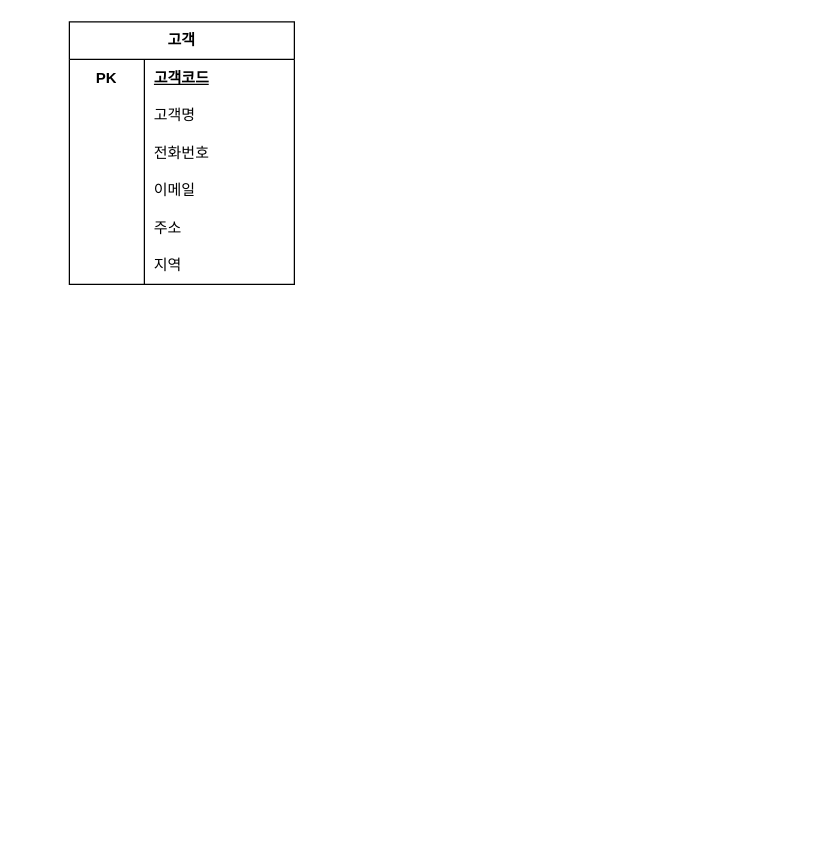
Earlier version of the draw.io diagram page "페이지-2" (2 of 2) of 온라인상거래.drawio (MANDOJU1/oracle-sources). Source tidied: cells renumbered, new cells numbered last; positions are measured from the earlier drawing's top-left corner, leaving out a move shared by most shapes. Both pictures are drawn from the tidied source at 125%, with x=0, y=0 at pixel (69, 21).
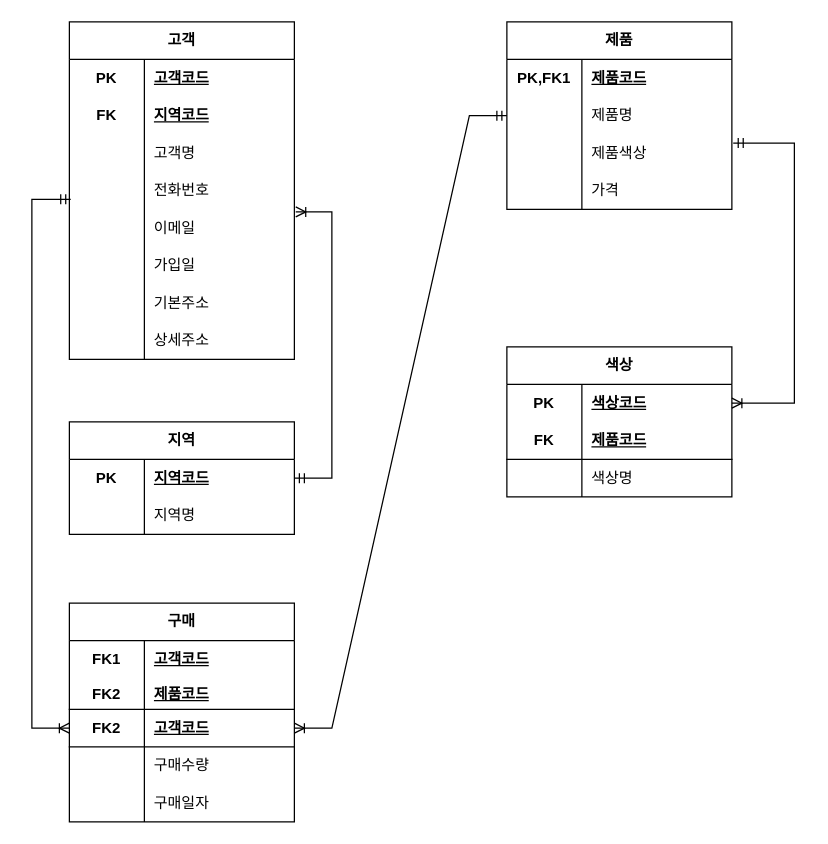
The same diagram, later.

The edit, as a diff of the source:
```diff
@@
     <mxCell id="2" value="고객" style="shape=table;startSize=30;childLayout=tableLayout;rowLines=0;fontStyle=1;align=center;html=1;whiteSpace=wrap;" parent="1" vertex="1">
-      <mxGeometry width="180" height="210" as="geometry" />
+      <mxGeometry width="180" height="270" as="geometry" />
     </mxCell>
@@
+    <mxCell id="21" style="shape=tableRow;horizontal=0;startSize=0;swimlaneHead=0;swimlaneBody=0;fillColor=none;top=0;left=0;right=0;bottom=0;html=1;" parent="2" vertex="1">
+      <mxGeometry y="60" width="180" height="30" as="geometry" />
+    </mxCell>
+    <mxCell id="22" value="FK" style="shape=partialRectangle;fillColor=none;top=0;left=0;bottom=0;right=0;fontStyle=1;overflow=hidden;html=1;whiteSpace=wrap;" parent="21" vertex="1">
+      <mxGeometry width="60" height="30" as="geometry" />
+    </mxCell>
+    <mxCell id="23" value="지역코드" style="shape=partialRectangle;fillColor=none;top=0;left=0;bottom=0;right=0;align=left;spacingLeft=6;fontStyle=5;overflow=hidden;html=1;whiteSpace=wrap;" parent="21" vertex="1">
+      <mxGeometry x="60" width="120" height="30" as="geometry" />
+    </mxCell>
     <mxCell id="6" style="shape=tableRow;horizontal=0;startSize=0;swimlaneHead=0;swimlaneBody=0;fillColor=none;top=0;left=0;right=0;bottom=0;html=1;" parent="2" vertex="1">
-      <mxGeometry y="60" width="180" height="30" as="geometry" />
+      <mxGeometry y="90" width="180" height="30" as="geometry" />
     </mxCell>
@@
     <mxCell id="9" style="shape=tableRow;horizontal=0;startSize=0;swimlaneHead=0;swimlaneBody=0;fillColor=none;points=[[0,0.5],[1,0.5]];portConstraint=eastwest;top=0;left=0;right=0;bottom=0;html=1;" parent="2" vertex="1">
-      <mxGeometry y="90" width="180" height="30" as="geometry" />
+      <mxGeometry y="120" width="180" height="30" as="geometry" />
     </mxCell>
@@
     <mxCell id="12" style="shape=tableRow;horizontal=0;startSize=0;swimlaneHead=0;swimlaneBody=0;fillColor=none;points=[[0,0.5],[1,0.5]];portConstraint=eastwest;top=0;left=0;right=0;bottom=0;html=1;" parent="2" vertex="1">
-      <mxGeometry y="120" width="180" height="30" as="geometry" />
+      <mxGeometry y="150" width="180" height="30" as="geometry" />
     </mxCell>
@@
     <mxCell id="15" style="shape=tableRow;horizontal=0;startSize=0;swimlaneHead=0;swimlaneBody=0;fillColor=none;top=0;left=0;right=0;bottom=0;html=1;" parent="2" vertex="1">
-      <mxGeometry y="150" width="180" height="30" as="geometry" />
+      <mxGeometry y="180" width="180" height="30" as="geometry" />
     </mxCell>
@@
-    <mxCell id="17" value="주소" style="shape=partialRectangle;fillColor=none;top=0;left=0;bottom=0;right=0;align=left;spacingLeft=6;overflow=hidden;html=1;whiteSpace=wrap;" parent="15" vertex="1">
+    <mxCell id="17" value="가입일" style="shape=partialRectangle;fillColor=none;top=0;left=0;bottom=0;right=0;align=left;spacingLeft=6;overflow=hidden;html=1;whiteSpace=wrap;" parent="15" vertex="1">
       <mxGeometry x="60" width="120" height="30" as="geometry" />
     </mxCell>
-    <mxCell id="18" style="shape=tableRow;horizontal=0;startSize=0;swimlaneHead=0;swimlaneBody=0;fillColor=none;top=0;left=0;right=0;bottom=0;html=1;" parent="2" vertex="1">
-      <mxGeometry y="180" width="180" height="30" as="geometry" />
-    </mxCell>
-    <mxCell id="19" style="shape=partialRectangle;fillColor=none;top=0;left=0;bottom=0;right=0;overflow=hidden;html=1;whiteSpace=wrap;" parent="18" vertex="1">
-      <mxGeometry width="60" height="30" as="geometry" />
-    </mxCell>
+    <mxCell id="24" style="shape=tableRow;horizontal=0;startSize=0;swimlaneHead=0;swimlaneBody=0;fillColor=none;top=0;left=0;right=0;bottom=0;html=1;" parent="2" vertex="1">
+      <mxGeometry y="210" width="180" height="30" as="geometry" />
+    </mxCell>
+    <mxCell id="25" style="shape=partialRectangle;fillColor=none;top=0;left=0;bottom=0;right=0;overflow=hidden;html=1;whiteSpace=wrap;" parent="24" vertex="1">
+      <mxGeometry width="60" height="30" as="geometry" />
+    </mxCell>
+    <mxCell id="26" value="기본주소" style="shape=partialRectangle;fillColor=none;top=0;left=0;bottom=0;right=0;align=left;spacingLeft=6;overflow=hidden;html=1;whiteSpace=wrap;" parent="24" vertex="1">
+      <mxGeometry x="60" width="120" height="30" as="geometry" />
+    </mxCell>
+    <mxCell id="27" style="shape=tableRow;horizontal=0;startSize=0;swimlaneHead=0;swimlaneBody=0;fillColor=none;top=0;left=0;right=0;bottom=0;html=1;" parent="2" vertex="1">
+      <mxGeometry y="240" width="180" height="30" as="geometry" />
+    </mxCell>
+    <mxCell id="28" style="shape=partialRectangle;fillColor=none;top=0;left=0;bottom=0;right=0;overflow=hidden;html=1;whiteSpace=wrap;" parent="27" vertex="1">
+      <mxGeometry width="60" height="30" as="geometry" />
+    </mxCell>
+    <mxCell id="29" value="상세주소" style="shape=partialRectangle;fillColor=none;top=0;left=0;bottom=0;right=0;align=left;spacingLeft=6;overflow=hidden;html=1;whiteSpace=wrap;" parent="27" vertex="1">
+      <mxGeometry x="60" width="120" height="30" as="geometry" />
+    </mxCell>
+    <mxCell id="30" value="제품" style="shape=table;startSize=30;childLayout=tableLayout;rowLines=0;fontStyle=1;align=center;html=1;whiteSpace=wrap;" parent="1" vertex="1">
+      <mxGeometry x="350" width="180" height="150" as="geometry" />
+    </mxCell>
+    <mxCell id="31" style="shape=tableRow;horizontal=0;startSize=0;swimlaneHead=0;swimlaneBody=0;fillColor=none;top=0;left=0;right=0;bottom=0;html=1;" parent="30" vertex="1">
+      <mxGeometry y="30" width="180" height="30" as="geometry" />
+    </mxCell>
+    <mxCell id="32" value="PK,FK1" style="shape=partialRectangle;fillColor=none;top=0;left=0;bottom=0;right=0;fontStyle=1;overflow=hidden;html=1;whiteSpace=wrap;" parent="31" vertex="1">
+      <mxGeometry width="60" height="30" as="geometry" />
+    </mxCell>
+    <mxCell id="33" value="제품코드" style="shape=partialRectangle;fillColor=none;top=0;left=0;bottom=0;right=0;align=left;spacingLeft=6;fontStyle=5;overflow=hidden;html=1;whiteSpace=wrap;" parent="31" vertex="1">
+      <mxGeometry x="60" width="120" height="30" as="geometry" />
+    </mxCell>
+    <mxCell id="34" style="shape=tableRow;horizontal=0;startSize=0;swimlaneHead=0;swimlaneBody=0;fillColor=none;points=[[0,0.5],[1,0.5]];portConstraint=eastwest;top=0;left=0;right=0;bottom=0;html=1;" parent="30" vertex="1">
+      <mxGeometry y="60" width="180" height="30" as="geometry" />
+    </mxCell>
+    <mxCell id="35" style="shape=partialRectangle;fillColor=none;top=0;left=0;bottom=0;right=0;overflow=hidden;html=1;whiteSpace=wrap;" parent="34" vertex="1">
+      <mxGeometry width="60" height="30" as="geometry" />
+    </mxCell>
+    <mxCell id="36" value="제품명" style="shape=partialRectangle;fillColor=none;top=0;left=0;bottom=0;right=0;align=left;spacingLeft=6;overflow=hidden;html=1;whiteSpace=wrap;" parent="34" vertex="1">
+      <mxGeometry x="60" width="120" height="30" as="geometry" />
+    </mxCell>
+    <mxCell id="37" style="shape=tableRow;horizontal=0;startSize=0;swimlaneHead=0;swimlaneBody=0;fillColor=none;points=[[0,0.5],[1,0.5]];portConstraint=eastwest;top=0;left=0;right=0;bottom=0;html=1;" parent="30" vertex="1">
+      <mxGeometry y="90" width="180" height="30" as="geometry" />
+    </mxCell>
+    <mxCell id="38" style="shape=partialRectangle;fillColor=none;top=0;left=0;bottom=0;right=0;overflow=hidden;html=1;whiteSpace=wrap;" parent="37" vertex="1">
+      <mxGeometry width="60" height="30" as="geometry" />
+    </mxCell>
+    <mxCell id="39" value="제품색상" style="shape=partialRectangle;fillColor=none;top=0;left=0;bottom=0;right=0;align=left;spacingLeft=6;overflow=hidden;html=1;whiteSpace=wrap;" parent="37" vertex="1">
+      <mxGeometry x="60" width="120" height="30" as="geometry" />
+    </mxCell>
+    <mxCell id="40" style="shape=tableRow;horizontal=0;startSize=0;swimlaneHead=0;swimlaneBody=0;fillColor=none;top=0;left=0;right=0;bottom=0;html=1;" parent="30" vertex="1">
+      <mxGeometry y="120" width="180" height="30" as="geometry" />
+    </mxCell>
+    <mxCell id="41" style="shape=partialRectangle;fillColor=none;top=0;left=0;bottom=0;right=0;overflow=hidden;html=1;whiteSpace=wrap;" parent="40" vertex="1">
+      <mxGeometry width="60" height="30" as="geometry" />
+    </mxCell>
+    <mxCell id="42" value="가격" style="shape=partialRectangle;fillColor=none;top=0;left=0;bottom=0;right=0;align=left;spacingLeft=6;overflow=hidden;html=1;whiteSpace=wrap;" parent="40" vertex="1">
+      <mxGeometry x="60" width="120" height="30" as="geometry" />
+    </mxCell>
+    <mxCell id="43" value="구매" style="shape=table;startSize=30;childLayout=tableLayout;rowLines=0;fontStyle=1;align=center;html=1;whiteSpace=wrap;" parent="1" vertex="1">
+      <mxGeometry y="465" width="180" height="175" as="geometry" />
+    </mxCell>
+    <mxCell id="44" style="shape=tableRow;horizontal=0;startSize=0;swimlaneHead=0;swimlaneBody=0;fillColor=none;top=0;left=0;right=0;bottom=0;html=1;" parent="43" vertex="1">
+      <mxGeometry y="30" width="180" height="30" as="geometry" />
+    </mxCell>
+    <mxCell id="45" value="FK1" style="shape=partialRectangle;fillColor=none;top=0;left=0;bottom=0;right=0;fontStyle=1;overflow=hidden;html=1;whiteSpace=wrap;" parent="44" vertex="1">
+      <mxGeometry width="60" height="30" as="geometry" />
+    </mxCell>
+    <mxCell id="46" value="고객코드&lt;br&gt;" style="shape=partialRectangle;fillColor=none;top=0;left=0;bottom=0;right=0;align=left;spacingLeft=6;fontStyle=5;overflow=hidden;html=1;whiteSpace=wrap;" parent="44" vertex="1">
+      <mxGeometry x="60" width="120" height="30" as="geometry" />
+    </mxCell>
+    <mxCell id="47" style="shape=tableRow;horizontal=0;startSize=0;swimlaneHead=0;swimlaneBody=0;fillColor=none;top=0;left=0;right=0;bottom=1;html=1;" parent="43" vertex="1">
+      <mxGeometry y="60" width="180" height="25" as="geometry" />
+    </mxCell>
+    <mxCell id="48" value="FK2" style="shape=partialRectangle;fillColor=none;top=0;left=0;bottom=0;right=0;fontStyle=1;overflow=hidden;html=1;whiteSpace=wrap;" parent="47" vertex="1">
+      <mxGeometry width="60" height="25" as="geometry" />
+    </mxCell>
+    <mxCell id="49" value="제품코드" style="shape=partialRectangle;fillColor=none;top=0;left=0;bottom=0;right=0;align=left;spacingLeft=6;fontStyle=5;overflow=hidden;html=1;whiteSpace=wrap;" parent="47" vertex="1">
+      <mxGeometry x="60" width="120" height="25" as="geometry" />
+    </mxCell>
+    <mxCell id="50" style="shape=tableRow;horizontal=0;startSize=0;swimlaneHead=0;swimlaneBody=0;fillColor=none;points=[[0,0.5],[1,0.5]];portConstraint=eastwest;top=0;left=0;right=0;bottom=1;html=1;" parent="43" vertex="1">
+      <mxGeometry y="85" width="180" height="30" as="geometry" />
+    </mxCell>
+    <mxCell id="51" value="FK2" style="shape=partialRectangle;fillColor=none;top=0;left=0;bottom=0;right=0;fontStyle=1;overflow=hidden;html=1;whiteSpace=wrap;" parent="50" vertex="1">
+      <mxGeometry width="60" height="30" as="geometry" />
+    </mxCell>
+    <mxCell id="52" value="고객코드" style="shape=partialRectangle;fillColor=none;top=0;left=0;bottom=0;right=0;align=left;spacingLeft=6;fontStyle=5;overflow=hidden;html=1;whiteSpace=wrap;" parent="50" vertex="1">
+      <mxGeometry x="60" width="120" height="30" as="geometry" />
+    </mxCell>
+    <mxCell id="53" style="shape=tableRow;horizontal=0;startSize=0;swimlaneHead=0;swimlaneBody=0;fillColor=none;top=0;left=0;right=0;bottom=0;html=1;" parent="43" vertex="1">
+      <mxGeometry y="115" width="180" height="30" as="geometry" />
+    </mxCell>
+    <mxCell id="54" style="shape=partialRectangle;fillColor=none;top=0;left=0;bottom=0;right=0;overflow=hidden;html=1;whiteSpace=wrap;" parent="53" vertex="1">
+      <mxGeometry width="60" height="30" as="geometry" />
+    </mxCell>
+    <mxCell id="55" value="구매수량" style="shape=partialRectangle;fillColor=none;top=0;left=0;bottom=0;right=0;align=left;spacingLeft=6;overflow=hidden;html=1;whiteSpace=wrap;" parent="53" vertex="1">
+      <mxGeometry x="60" width="120" height="30" as="geometry" />
+    </mxCell>
+    <mxCell id="56" style="shape=tableRow;horizontal=0;startSize=0;swimlaneHead=0;swimlaneBody=0;fillColor=none;top=0;left=0;right=0;bottom=0;html=1;" parent="43" vertex="1">
+      <mxGeometry y="145" width="180" height="30" as="geometry" />
+    </mxCell>
+    <mxCell id="57" style="shape=partialRectangle;fillColor=none;top=0;left=0;bottom=0;right=0;overflow=hidden;html=1;whiteSpace=wrap;" parent="56" vertex="1">
+      <mxGeometry width="60" height="30" as="geometry" />
+    </mxCell>
+    <mxCell id="58" value="구매일자" style="shape=partialRectangle;fillColor=none;top=0;left=0;bottom=0;right=0;align=left;spacingLeft=6;overflow=hidden;html=1;whiteSpace=wrap;" parent="56" vertex="1">
+      <mxGeometry x="60" width="120" height="30" as="geometry" />
+    </mxCell>
-    <mxCell id="20" value="지역" style="shape=partialRectangle;fillColor=none;top=0;left=0;bottom=0;right=0;align=left;spacingLeft=6;overflow=hidden;html=1;whiteSpace=wrap;" parent="18" vertex="1">
-      <mxGeometry x="60" width="120" height="30" as="geometry" />
+    <mxCell id="20" value="지역" style="shape=table;startSize=30;childLayout=tableLayout;rowLines=0;fontStyle=1;align=center;html=1;whiteSpace=wrap;" parent="1" vertex="1">
+      <mxGeometry y="320" width="180" height="90" as="geometry" />
     </mxCell>
+    <mxCell id="59" style="shape=tableRow;horizontal=0;startSize=0;swimlaneHead=0;swimlaneBody=0;fillColor=none;points=[[0,0.5],[1,0.5]];portConstraint=eastwest;top=0;left=0;right=0;bottom=0;html=1;" parent="20" vertex="1">
+      <mxGeometry y="30" width="180" height="30" as="geometry" />
+    </mxCell>
+    <mxCell id="60" value="PK" style="shape=partialRectangle;fillColor=none;top=0;left=0;bottom=0;right=0;fontStyle=1;overflow=hidden;html=1;whiteSpace=wrap;" parent="59" vertex="1">
+      <mxGeometry width="60" height="30" as="geometry" />
+    </mxCell>
+    <mxCell id="61" value="지역코드" style="shape=partialRectangle;fillColor=none;top=0;left=0;bottom=0;right=0;align=left;spacingLeft=6;fontStyle=5;overflow=hidden;html=1;whiteSpace=wrap;" parent="59" vertex="1">
+      <mxGeometry x="60" width="120" height="30" as="geometry" />
+    </mxCell>
+    <mxCell id="62" style="shape=tableRow;horizontal=0;startSize=0;swimlaneHead=0;swimlaneBody=0;fillColor=none;top=0;left=0;right=0;bottom=0;html=1;" parent="20" vertex="1">
+      <mxGeometry y="60" width="180" height="30" as="geometry" />
+    </mxCell>
+    <mxCell id="63" style="shape=partialRectangle;fillColor=none;top=0;left=0;bottom=0;right=0;overflow=hidden;html=1;whiteSpace=wrap;" parent="62" vertex="1">
+      <mxGeometry width="60" height="30" as="geometry" />
+    </mxCell>
+    <mxCell id="64" value="지역명" style="shape=partialRectangle;fillColor=none;top=0;left=0;bottom=0;right=0;align=left;spacingLeft=6;overflow=hidden;html=1;whiteSpace=wrap;" parent="62" vertex="1">
+      <mxGeometry x="60" width="120" height="30" as="geometry" />
+    </mxCell>
+    <mxCell id="65" value="색상" style="shape=table;startSize=30;childLayout=tableLayout;rowLines=0;fontStyle=1;align=center;html=1;whiteSpace=wrap;" parent="1" vertex="1">
+      <mxGeometry x="350" y="260" width="180" height="120" as="geometry" />
+    </mxCell>
+    <mxCell id="66" style="shape=tableRow;horizontal=0;startSize=0;swimlaneHead=0;swimlaneBody=0;fillColor=none;points=[[0,0.5],[1,0.5]];portConstraint=eastwest;top=0;left=0;right=0;bottom=0;html=1;" parent="65" vertex="1">
+      <mxGeometry y="30" width="180" height="30" as="geometry" />
+    </mxCell>
+    <mxCell id="67" value="PK" style="shape=partialRectangle;fillColor=none;top=0;left=0;bottom=0;right=0;fontStyle=1;overflow=hidden;html=1;whiteSpace=wrap;" parent="66" vertex="1">
+      <mxGeometry width="60" height="30" as="geometry" />
+    </mxCell>
+    <mxCell id="68" value="색상코드" style="shape=partialRectangle;fillColor=none;top=0;left=0;bottom=0;right=0;align=left;spacingLeft=6;fontStyle=5;overflow=hidden;html=1;whiteSpace=wrap;" parent="66" vertex="1">
+      <mxGeometry x="60" width="120" height="30" as="geometry" />
+    </mxCell>
+    <mxCell id="69" style="shape=tableRow;horizontal=0;startSize=0;swimlaneHead=0;swimlaneBody=0;fillColor=none;top=0;left=0;right=0;bottom=1;html=1;" parent="65" vertex="1">
+      <mxGeometry y="60" width="180" height="30" as="geometry" />
+    </mxCell>
+    <mxCell id="70" value="FK" style="shape=partialRectangle;fillColor=none;top=0;left=0;bottom=0;right=0;fontStyle=1;overflow=hidden;html=1;whiteSpace=wrap;" parent="69" vertex="1">
+      <mxGeometry width="60" height="30" as="geometry" />
+    </mxCell>
+    <mxCell id="71" value="제품코드" style="shape=partialRectangle;fillColor=none;top=0;left=0;bottom=0;right=0;align=left;spacingLeft=6;fontStyle=5;overflow=hidden;html=1;whiteSpace=wrap;" parent="69" vertex="1">
+      <mxGeometry x="60" width="120" height="30" as="geometry" />
+    </mxCell>
+    <mxCell id="72" style="shape=tableRow;horizontal=0;startSize=0;swimlaneHead=0;swimlaneBody=0;fillColor=none;top=0;left=0;right=0;bottom=0;html=1;" parent="65" vertex="1">
+      <mxGeometry y="90" width="180" height="30" as="geometry" />
+    </mxCell>
+    <mxCell id="73" style="shape=partialRectangle;fillColor=none;top=0;left=0;bottom=0;right=0;overflow=hidden;html=1;whiteSpace=wrap;" parent="72" vertex="1">
+      <mxGeometry width="60" height="30" as="geometry" />
+    </mxCell>
+    <mxCell id="74" value="색상명" style="shape=partialRectangle;fillColor=none;top=0;left=0;bottom=0;right=0;align=left;spacingLeft=6;overflow=hidden;html=1;whiteSpace=wrap;" parent="72" vertex="1">
+      <mxGeometry x="60" width="120" height="30" as="geometry" />
+    </mxCell>
+    <mxCell id="75" style="edgeStyle=orthogonalEdgeStyle;fontSize=12;html=1;endArrow=ERoneToMany;startArrow=ERmandOne;rounded=0;entryX=1;entryY=0.5;entryDx=0;entryDy=0;exitX=1.006;exitY=0.233;exitDx=0;exitDy=0;exitPerimeter=0;" parent="1" edge="1" source="37" target="66">
+      <mxGeometry relative="1" as="geometry">
+        <Array as="points">
+          <mxPoint x="580" y="97" />
+          <mxPoint x="580" y="305" />
+        </Array>
+      </mxGeometry>
+    </mxCell>
+    <mxCell id="76" style="edgeStyle=orthogonalEdgeStyle;fontSize=12;html=1;endArrow=ERoneToMany;startArrow=ERmandOne;rounded=0;entryX=1.006;entryY=0.067;entryDx=0;entryDy=0;entryPerimeter=0;exitX=1;exitY=0.5;exitDx=0;exitDy=0;" parent="1" edge="1" source="59" target="12">
+      <mxGeometry relative="1" as="geometry">
+        <Array as="points">
+          <mxPoint x="210" y="365" />
+          <mxPoint x="210" y="152" />
+        </Array>
+      </mxGeometry>
+    </mxCell>
+    <mxCell id="77" style="edgeStyle=orthogonalEdgeStyle;fontSize=12;html=1;endArrow=ERoneToMany;startArrow=ERmandOne;rounded=0;entryX=0;entryY=0.5;entryDx=0;entryDy=0;exitX=0.006;exitY=0.733;exitDx=0;exitDy=0;exitPerimeter=0;" parent="1" edge="1" source="9" target="50">
+      <mxGeometry relative="1" as="geometry">
+        <Array as="points">
+          <mxPoint x="-30" y="142" />
+          <mxPoint x="-30" y="565" />
+        </Array>
+      </mxGeometry>
+    </mxCell>
+    <mxCell id="78" style="edgeStyle=entityRelationEdgeStyle;fontSize=12;html=1;endArrow=ERoneToMany;startArrow=ERmandOne;rounded=0;labelBackgroundColor=default;strokeColor=default;align=center;verticalAlign=middle;fontFamily=Helvetica;fontColor=default;shape=connector;entryX=1;entryY=0.5;entryDx=0;entryDy=0;exitX=0;exitY=0.5;exitDx=0;exitDy=0;" parent="1" edge="1" source="34" target="50">
+      <mxGeometry relative="1" as="geometry" />
+    </mxCell>
```
